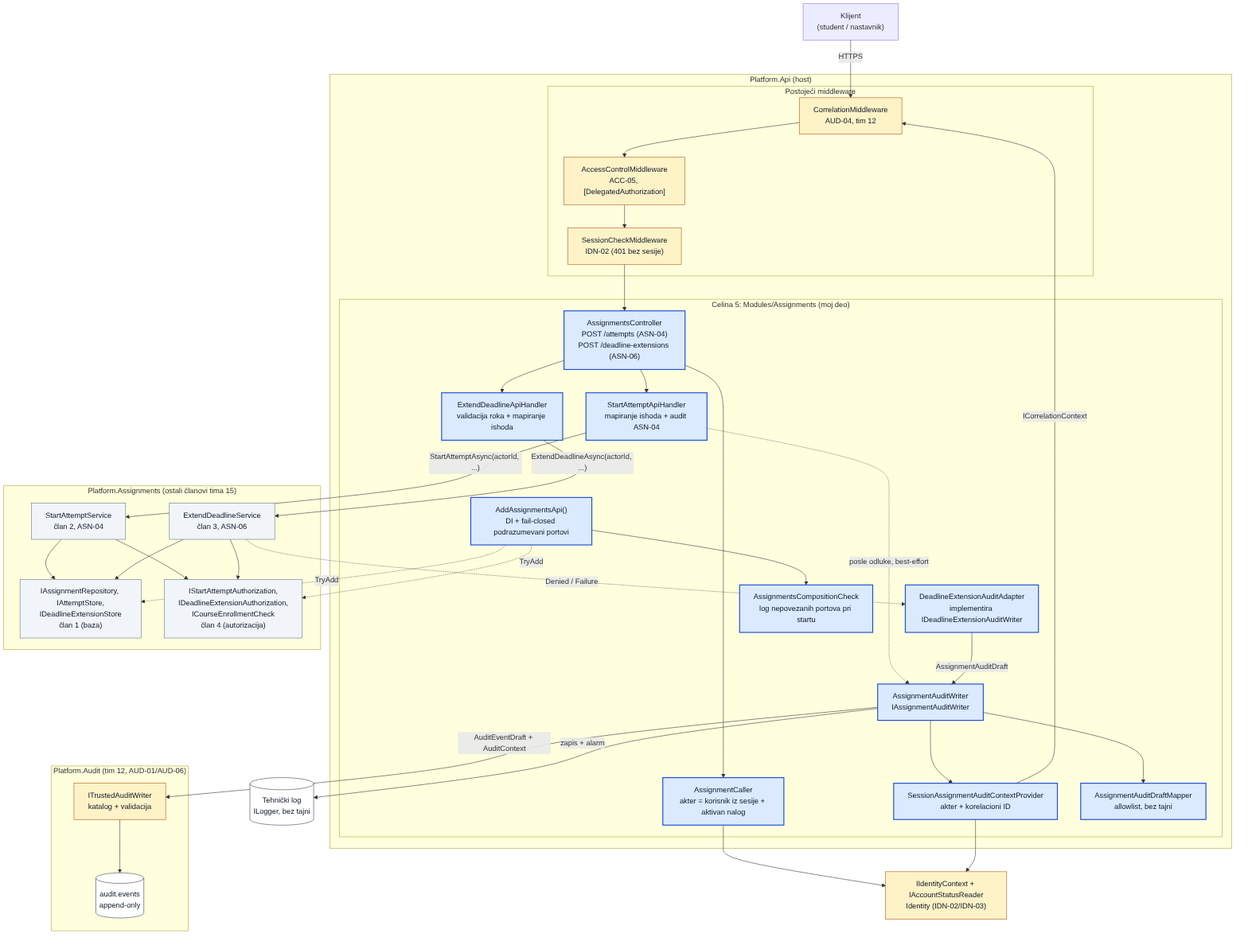
The Mermaid diagram docs/components/assignments-audit-api/diagrams/asn-audit-api-architecture.png in owlCoder/security-lab, before a commit. Its source is kept beside it as docs/components/assignments-audit-api/diagrams/asn-audit-api-architecture.mmd.
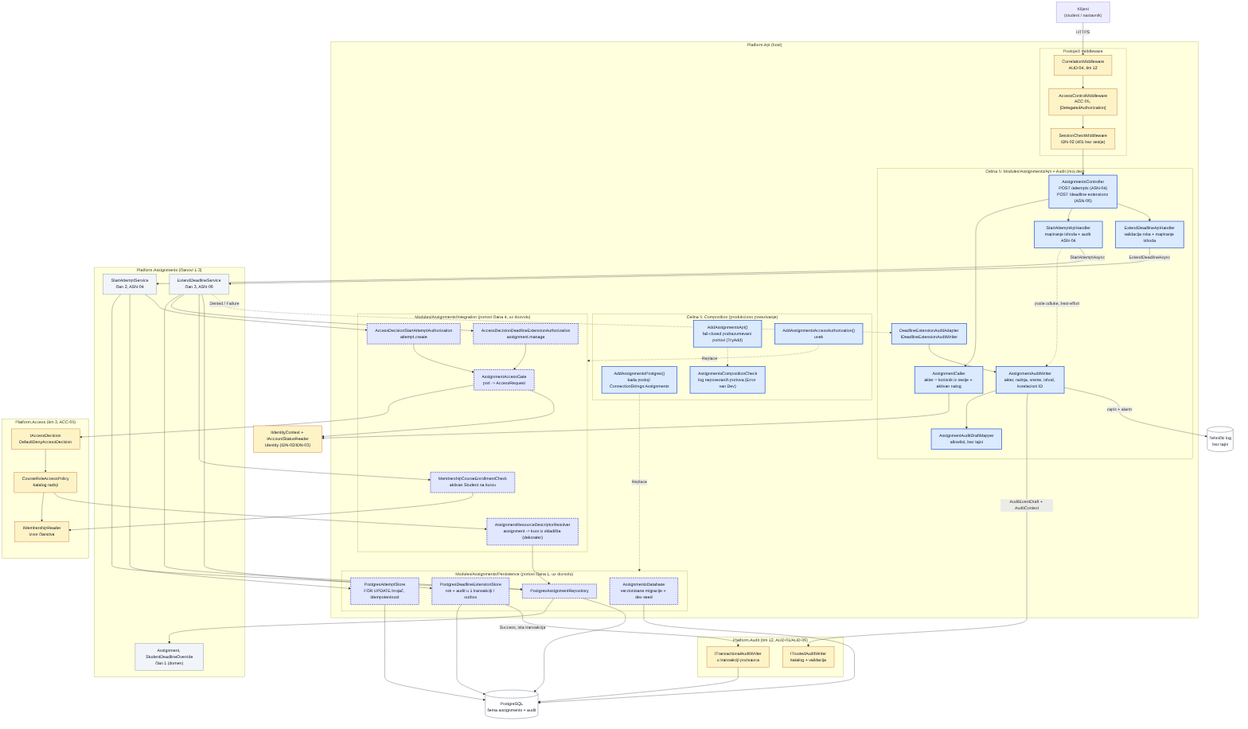
Later version of the same file.

What changed in the source:
```diff
@@ -1,5 +1,6 @@
 flowchart TB
   classDef mine fill:#dbeafe,stroke:#1d4ed8,stroke-width:2px,color:#0f172a
+  classDef wired fill:#e0e7ff,stroke:#4338ca,stroke-width:2px,stroke-dasharray:5 3,color:#0f172a
   classDef team fill:#f1f5f9,stroke:#64748b,color:#0f172a
   classDef other fill:#fef3c7,stroke:#b45309,color:#0f172a
   classDef store fill:#ffffff,stroke:#334155,color:#0f172a
@@ -14,57 +15,96 @@
       CORR --> ACM --> SESS
     end
 
-    subgraph MINE["Celina 5: Modules/Assignments (moj deo)"]
+    subgraph MINE["Celina 5: Modules/Assignments/Api + Audit (moj deo)"]
       CTRL["AssignmentsController<br/>POST /attempts (ASN-04)<br/>POST /deadline-extensions (ASN-06)"]:::mine
       CALLER["AssignmentCaller<br/>akter = korisnik iz sesije + aktivan nalog"]:::mine
       SAH["StartAttemptApiHandler<br/>mapiranje ishoda + audit ASN-04"]:::mine
       EAH["ExtendDeadlineApiHandler<br/>validacija roka + mapiranje ishoda"]:::mine
-      ADAPT["DeadlineExtensionAuditAdapter<br/>implementira IDeadlineExtensionAuditWriter"]:::mine
-      WRITER["AssignmentAuditWriter<br/>IAssignmentAuditWriter"]:::mine
-      CTX["SessionAssignmentAuditContextProvider<br/>akter + korelacioni ID"]:::mine
+      ADAPT["DeadlineExtensionAuditAdapter<br/>IDeadlineExtensionAuditWriter"]:::mine
+      WRITER["AssignmentAuditWriter<br/>akter, radnja, vreme, ishod, korelacioni ID"]:::mine
       MAP["AssignmentAuditDraftMapper<br/>allowlist, bez tajni"]:::mine
-      COMP["AddAssignmentsApi()<br/>DI + fail-closed podrazumevani portovi"]:::mine
-      CHECK["AssignmentsCompositionCheck<br/>log nepovezanih portova pri startu"]:::mine
-      COMP --> CHECK
       CTRL --> CALLER
       CTRL --> SAH
       CTRL --> EAH
       SAH -.->|"posle odluke, best-effort"| WRITER
-      ADAPT -->|"AssignmentAuditDraft"| WRITER
-      WRITER --> CTX
+      ADAPT --> WRITER
       WRITER --> MAP
+    end
+
+    subgraph COMPOSE["Celina 5: Composition (produkciono povezivanje)"]
+      COMP["AddAssignmentsApi()<br/>fail-closed podrazumevani portovi (TryAdd)"]:::mine
+      ACCW["AddAssignmentsAccessAuthorization()<br/>uvek"]:::mine
+      PGW["AddAssignmentsPostgres()<br/>kada postoji ConnectionStrings:Assignments"]:::mine
+      CHECK["AssignmentsCompositionCheck<br/>log nepovezanih portova (Error van Dev)"]:::mine
+    end
+
+    subgraph INTEG["Modules/Assignments/Integration (portovi člana 4, uz dozvolu)"]
+      GATE["AssignmentAccessGate<br/>port -> AccessRequest"]:::wired
+      SAA["AccessDecisionStartAttemptAuthorization<br/>attempt.create"]:::wired
+      DEA["AccessDecisionDeadlineExtensionAuthorization<br/>assignment.manage"]:::wired
+      ENR["MembershipCourseEnrollmentCheck<br/>aktivan Student na kursu"]:::wired
+      RES["AssignmentResourceDescriptorResolver<br/>assignment -> kurs iz skladišta (dekorater)"]:::wired
+      SAA --> GATE
+      DEA --> GATE
+    end
+
+    subgraph PERS["Modules/Assignments/Persistence (portovi člana 1, uz dozvolu)"]
+      REPO["PostgresAssignmentRepository"]:::wired
+      ATT["PostgresAttemptStore<br/>FOR UPDATE brojač, idempotentnost"]:::wired
+      DLS["PostgresDeadlineExtensionStore<br/>rok + audit u 1 transakciji / outbox"]:::wired
+      MIG["AssignmentsDatabase<br/>verzionisane migracije + dev seed"]:::wired
     end
   end
 
-  subgraph ASN["Platform.Assignments (ostali članovi tima 15)"]
+  subgraph ASN["Platform.Assignments (članovi 1-3)"]
     SAS["StartAttemptService<br/>član 2, ASN-04"]:::team
     EDS["ExtendDeadlineService<br/>član 3, ASN-06"]:::team
-    PORTS1["IAssignmentRepository, IAttemptStore,<br/>IDeadlineExtensionStore<br/>član 1 (baza)"]:::team
-    PORTS4["IStartAttemptAuthorization,<br/>IDeadlineExtensionAuthorization,<br/>ICourseEnrollmentCheck<br/>član 4 (autorizacija)"]:::team
-    SAS --> PORTS1
-    SAS --> PORTS4
-    EDS --> PORTS1
-    EDS --> PORTS4
+    DOM["Assignment, StudentDeadlineOverride<br/>član 1 (domen)"]:::team
+  end
+
+  subgraph ACCESS["Platform.Access (tim 3, ACC-05)"]
+    DEC["IAccessDecision<br/>DefaultDenyAccessDecision"]:::other
+    POL["CourseRoleAccessPolicy<br/>katalog radnji"]:::other
+    MEM["IMembershipReader<br/>izvor članstva"]:::other
+    DEC --> POL --> MEM
   end
 
   subgraph AUD["Platform.Audit (tim 12, AUD-01/AUD-06)"]
     TAW["ITrustedAuditWriter<br/>katalog + validacija"]:::other
-    AUDDB[("audit.events<br/>append-only")]:::store
-    TAW --> AUDDB
+    TXW["ITransactionalAuditWriter<br/>u transakciji pozivaoca"]:::other
   end
 
   IDN["IIdentityContext + IAccountStatusReader<br/>Identity (IDN-02/IDN-03)"]:::other
-  LOG[("Tehnički log<br/>ILogger, bez tajni")]:::store
+  PG[("PostgreSQL<br/>šema assignments + audit")]:::store
+  LOG[("Tehnički log<br/>bez tajni")]:::store
 
   CLIENT -->|HTTPS| CORR
   SESS --> CTRL
   CALLER --> IDN
-  CTX --> IDN
-  CTX -->|"ICorrelationContext"| CORR
-  SAH -->|"StartAttemptAsync(actorId, ...)"| SAS
-  EAH -->|"ExtendDeadlineAsync(actorId, ...)"| EDS
+  SAH -->|"StartAttemptAsync"| SAS
+  EAH -->|"ExtendDeadlineAsync"| EDS
+  SAS --> REPO
+  SAS --> ATT
+  SAS --> SAA
+  EDS --> REPO
+  EDS --> DEA
+  EDS --> ENR
+  EDS --> DLS
   EDS -.->|"Denied / Failure"| ADAPT
+  GATE --> DEC
+  GATE --> IDN
+  POL --> RES
+  RES --> REPO
+  ENR --> MEM
+  REPO --> DOM
+  REPO --> PG
+  ATT --> PG
+  DLS --> PG
+  DLS -->|"Success, ista transakcija"| TXW
+  TXW --> PG
+  MIG --> PG
   WRITER -->|"AuditEventDraft + AuditContext"| TAW
   WRITER -->|"zapis + alarm"| LOG
-  COMP -.->|"TryAdd"| PORTS1
-  COMP -.->|"TryAdd"| PORTS4
+  COMP -.-> CHECK
+  ACCW -.->|"Replace"| INTEG
+  PGW -.->|"Replace"| PERS
```
